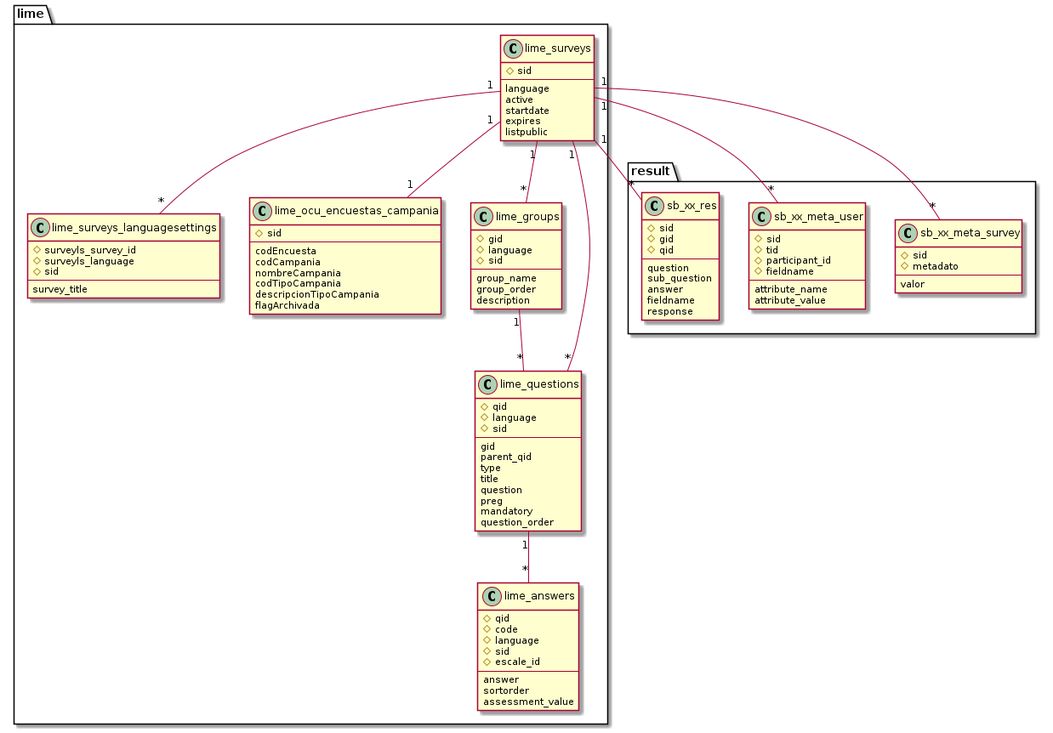
Before: plantuml/lime.png, a diagram exported from PlantUML (dsm9/TreballFiMaster). Source of this version:
```plantuml
@startuml
package lime {
	class lime_surveys_languagesettings {
		#surveyls_survey_id
		#surveyls_language
		#sid
		--
		survey_title
	}

	class lime_ocu_encuestas_campania {
		#sid
		--
		codEncuesta
		codCampania
		nombreCampania
		codTipoCampania
		descripcionTipoCampania
		flagArchivada
	}

	class lime_surveys {
		#sid
		--
		language
		active
		startdate
		expires
		listpublic
	}

	class lime_groups {
		#gid
		#language
		#sid
		--
		group_name
		group_order
		description
	}

	class lime_questions {
		#qid
		#language
		#sid
		--
		gid
		parent_qid
		type
		title
		question
		preg
		mandatory
		question_order
	}

	class lime_answers {
		#qid
		#code
		#language
		#sid
		#escale_id
		--
		answer
		sortorder
		assessment_value
	}
}
package result {
	class sb_xx_meta_survey {
		#sid
		#metadato
		--
		valor
	}

	class sb_xx_meta_user {
		#sid
		#tid
		#participant_id
		#fieldname
		--
		attribute_name
		attribute_value
	}

	class sb_xx_res {
		#sid
		#gid
		#qid
		--
		question
		sub_question
		answer
		fieldname
		response
	}
}

lime_surveys "1"--"*" lime_surveys_languagesettings
lime_surveys "1"--"1" lime_ocu_encuestas_campania
lime_surveys "1"--"*" lime_groups
lime_surveys "1"--"*" lime_questions
lime_groups "1"--"*" lime_questions
lime_questions "1"--"*" lime_answers
lime_surveys "1"--"*" sb_xx_meta_survey
lime_surveys "1"--"*" sb_xx_meta_user
lime_surveys "1"--"*" sb_xx_res

@enduml
```
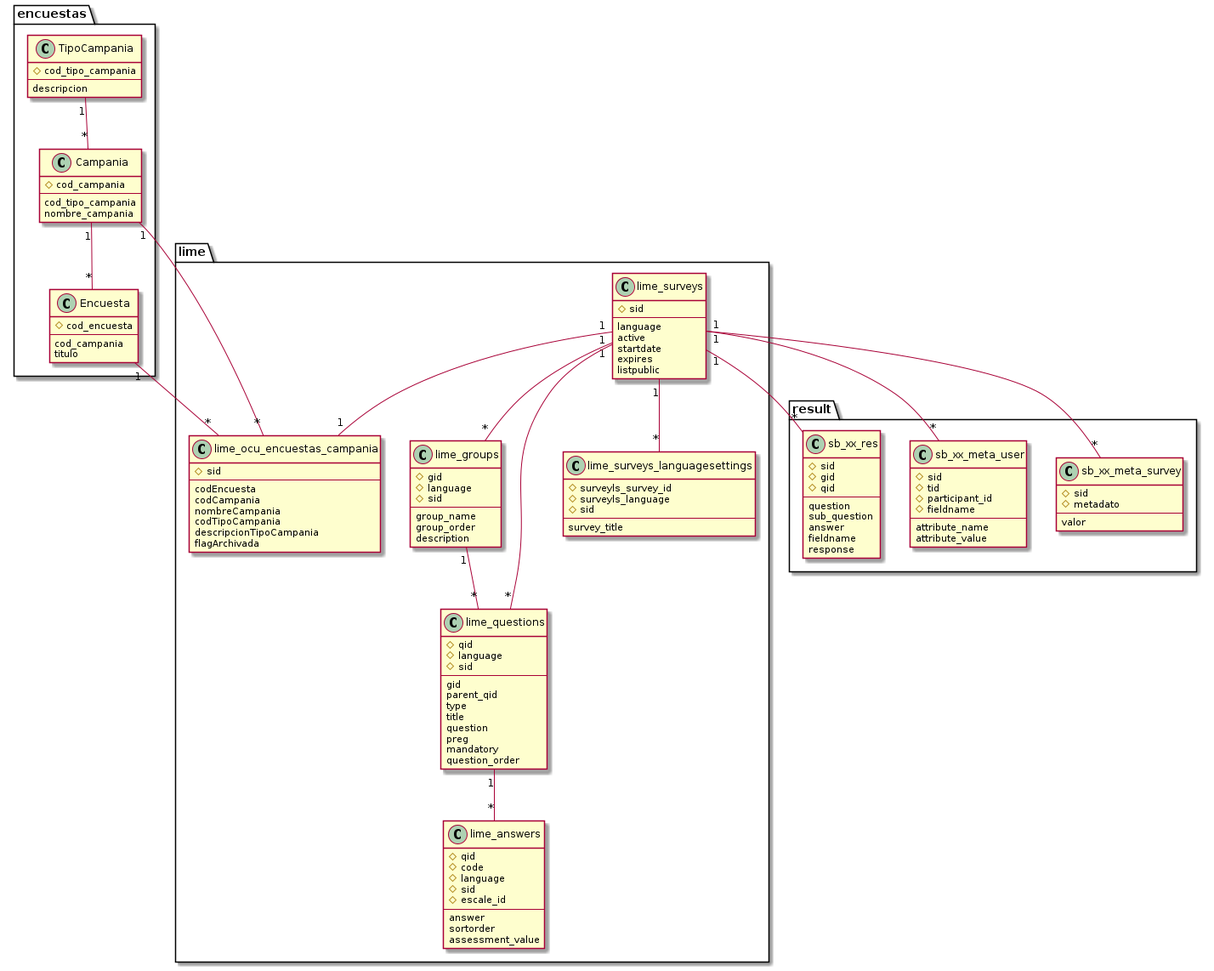
Later version of the same file.

The edit, as a diff of the source:
```diff
@@ -1,4 +1,29 @@
 @startuml
+package encuestas {
+	class TipoCampania {
+		#cod_tipo_campania
+		--
+		descripcion
+	}
+
+	class Campania {
+		#cod_campania
+		--
+		cod_tipo_campania
+		nombre_campania
+	}
+
+	class Encuesta {
+		#cod_encuesta
+		--
+		cod_campania
+		titulo
+	}
+
+	TipoCampania "1"--"*" Campania
+	Campania "1"--"*" Encuesta
+}
+
 package lime {
 	class lime_surveys_languagesettings {
 		#surveyls_survey_id
@@ -65,7 +90,15 @@
 		sortorder
 		assessment_value
 	}
+	lime_surveys "1"--"*" lime_surveys_languagesettings
+	lime_surveys "1"--"1" lime_ocu_encuestas_campania
+	lime_surveys "1"--"*" lime_groups
+	lime_surveys "1"--"*" lime_questions
+	lime_groups "1"--"*" lime_questions
+	lime_questions "1"--"*" lime_answers
+
 }
+
 package result {
 	class sb_xx_meta_survey {
 		#sid
@@ -97,12 +130,8 @@
 	}
 }
 
-lime_surveys "1"--"*" lime_surveys_languagesettings
-lime_surveys "1"--"1" lime_ocu_encuestas_campania
-lime_surveys "1"--"*" lime_groups
-lime_surveys "1"--"*" lime_questions
-lime_groups "1"--"*" lime_questions
-lime_questions "1"--"*" lime_answers
+Campania "1"--"*" lime_ocu_encuestas_campania
+Encuesta "1"--"*" lime_ocu_encuestas_campania
 lime_surveys "1"--"*" sb_xx_meta_survey
 lime_surveys "1"--"*" sb_xx_meta_user
 lime_surveys "1"--"*" sb_xx_res
```
